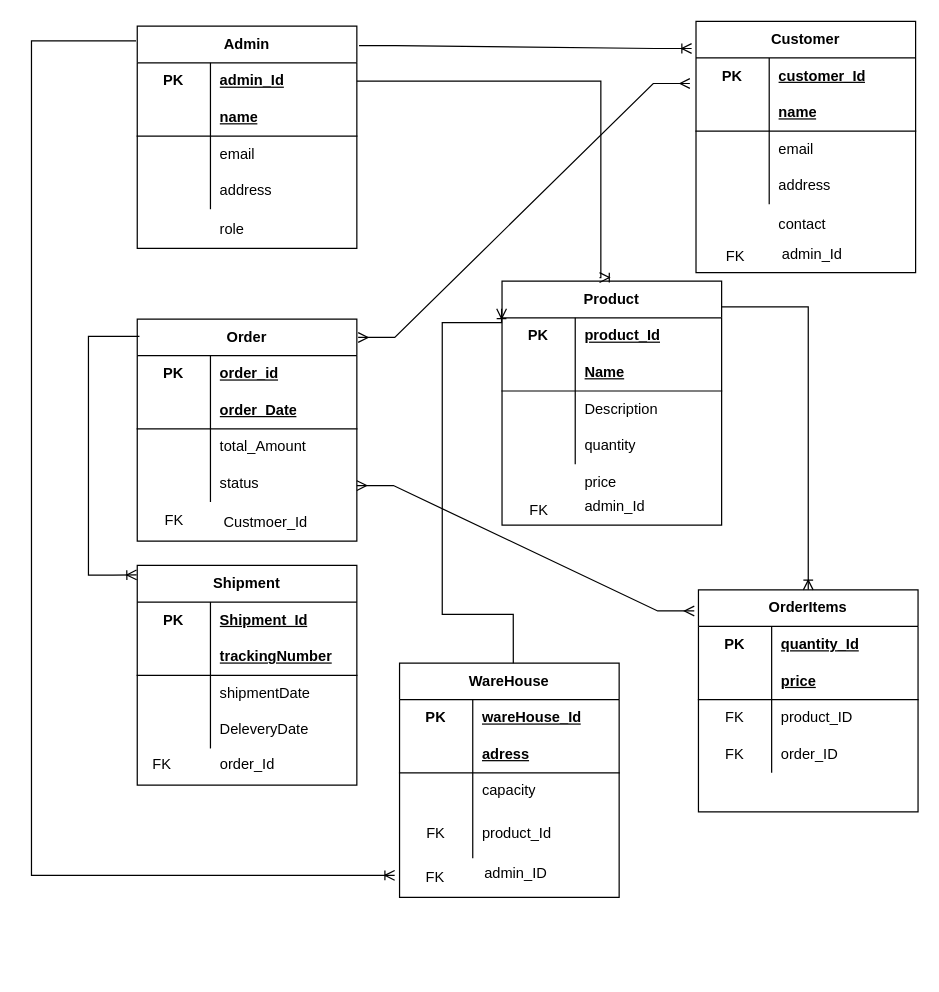
The draw.io diagram page "Page-3" (3 of 3) of Untitled Diagram.drawio in SanzipRai/Gantt-Chart, before the edit. Source tidied: cells renumbered, new cells numbered last; positions are measured from the earlier drawing's top-left corner, leaving out a move shared by most shapes. Both pictures are drawn from the tidied source at 122%, with x=0, y=0 at pixel (30, 21).
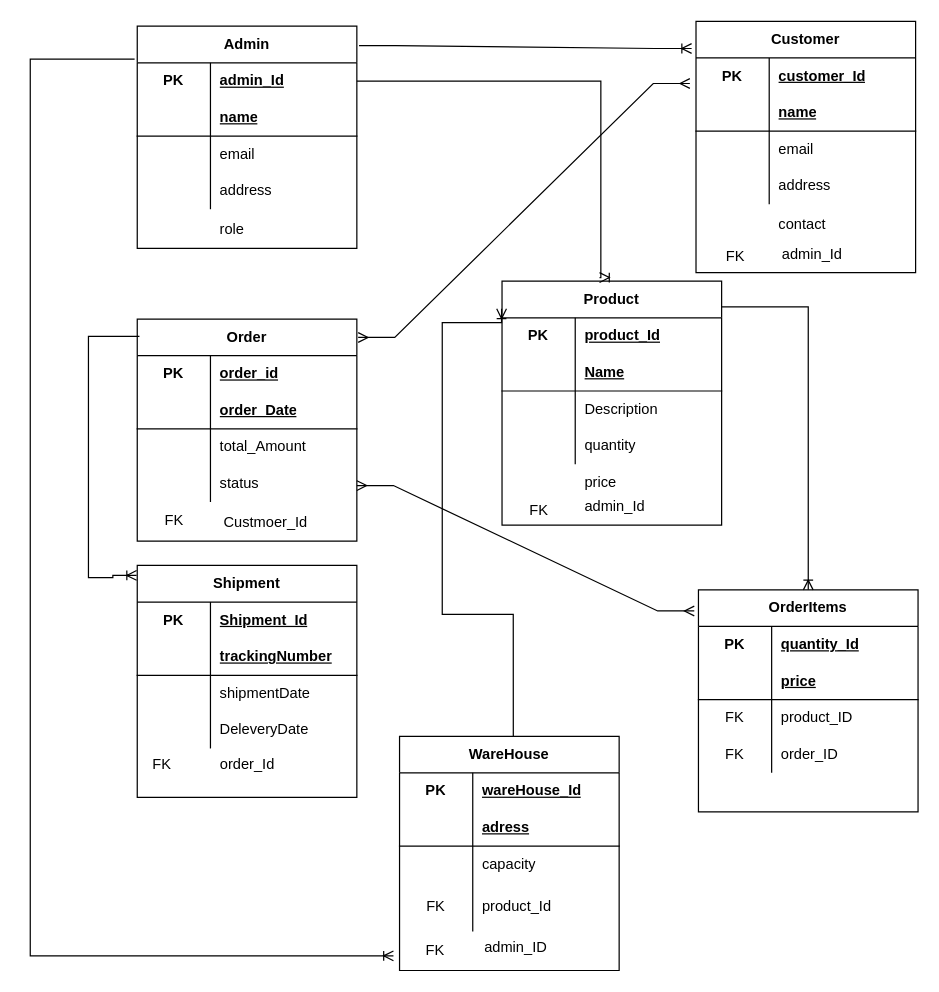
Above is the later version.

The change refers to these unchanged cells:
```xml
<mxCell id="2" value="Admin" style="shape=table;startSize=30;childLayout=tableLayout;rowLines=0;fontStyle=1;align=center;html=1;whiteSpace=wrap;" parent="1" vertex="1">
  <mxGeometry x="87" y="4" width="180" height="182" as="geometry" />
</mxCell>
<mxCell id="30" value="Order" style="shape=table;startSize=30;childLayout=tableLayout;rowLines=0;fontStyle=1;align=center;html=1;whiteSpace=wrap;" parent="1" vertex="1">
  <mxGeometry x="87" y="244" width="180" height="182" as="geometry" />
</mxCell>
```

Change to the diagram source:
```diff
@@
     <mxCell id="56" value="WareHouse" style="shape=table;startSize=30;childLayout=tableLayout;rowLines=0;fontStyle=1;align=center;html=1;whiteSpace=wrap;" parent="1" vertex="1">
-      <mxGeometry x="302" y="526" width="180" height="192" as="geometry" />
+      <mxGeometry x="302" y="586" width="180" height="192" as="geometry" />
     </mxCell>
@@
     <mxCell id="69" value="Shipment" style="shape=table;startSize=30;childLayout=tableLayout;rowLines=0;fontStyle=1;align=center;html=1;whiteSpace=wrap;" parent="1" vertex="1">
-      <mxGeometry x="87" y="446" width="180" height="180" as="geometry" />
+      <mxGeometry x="87" y="446" width="180" height="190" as="geometry" />
     </mxCell>
@@
-    <mxCell id="100" style="edgeStyle=elbowEdgeStyle;fontSize=12;html=1;endArrow=ERoneToMany;rounded=0;" parent="1" edge="1">
+    <mxCell id="100" style="edgeStyle=elbowEdgeStyle;fontSize=12;html=1;endArrow=ERoneToMany;rounded=0;exitX=-0.012;exitY=0.148;exitDx=0;exitDy=0;exitPerimeter=0;" parent="1" edge="1" source="2">
       <mxGeometry relative="1" as="geometry">
-        <mxPoint x="86" y="16" as="sourcePoint" />
-        <mxPoint x="298" y="700" as="targetPoint" />
+        <mxPoint x="297" y="766" as="targetPoint" />
         <Array as="points">
-          <mxPoint x="0.3" y="259.5" />
+          <mxPoint x="-0.7" y="255.5" />
         </Array>
       </mxGeometry>
     </mxCell>
@@
     <mxCell id="102" style="edgeStyle=orthogonalEdgeStyle;fontSize=12;html=1;endArrow=ERoneToMany;rounded=0;exitX=0.01;exitY=0.078;exitDx=0;exitDy=0;exitPerimeter=0;entryX=-0.003;entryY=0.043;entryDx=0;entryDy=0;entryPerimeter=0;" parent="1" edge="1" source="30" target="69">
       <mxGeometry relative="1" as="geometry">
         <Array as="points">
           <mxPoint x="47" y="258" />
-          <mxPoint x="47" y="454" />
+          <mxPoint x="47" y="456" />
+          <mxPoint x="67" y="456" />
           <mxPoint x="67" y="454" />
         </Array>
       </mxGeometry>
     </mxCell>
@@
     <mxCell id="106" value="admin_ID" style="text;html=1;align=center;verticalAlign=middle;strokeColor=none;fillColor=none;" parent="1" vertex="1">
-      <mxGeometry x="362" y="684" width="70" height="30" as="geometry" />
+      <mxGeometry x="362" y="744" width="70" height="30" as="geometry" />
     </mxCell>
     <mxCell id="107" value="FK" style="text;html=1;align=center;verticalAlign=middle;strokeColor=none;fillColor=none;" parent="1" vertex="1">
-      <mxGeometry x="311" y="687" width="40" height="30" as="geometry" />
+      <mxGeometry x="311" y="747" width="40" height="30" as="geometry" />
     </mxCell>
```
